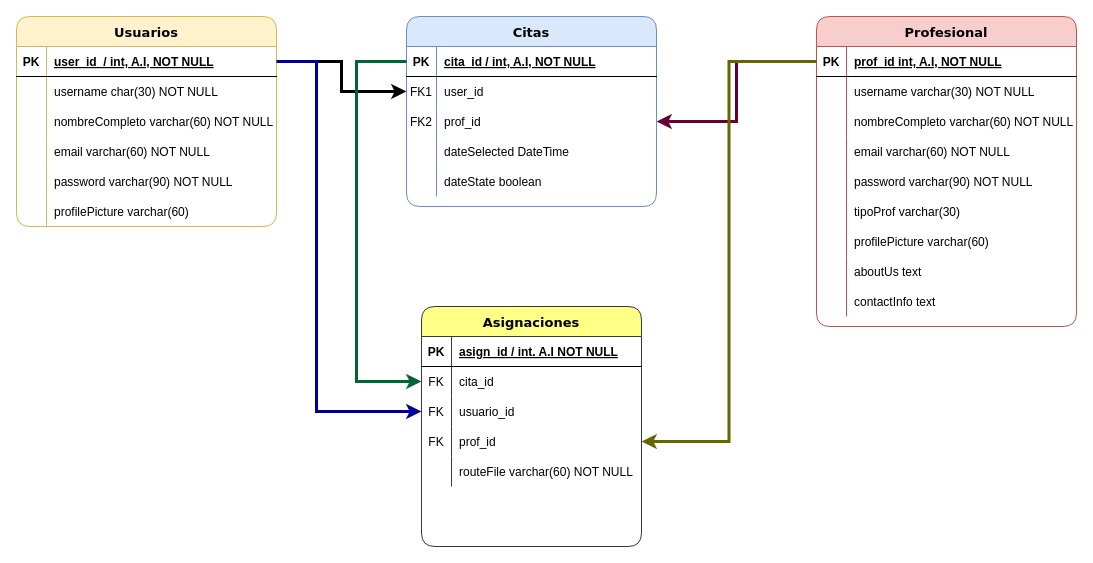
The draw.io diagram Untitled Diagram.drawio in Eat-Fit/ERM-DB, before the edit. Source tidied: cells renumbered, new cells numbered last; positions are measured from the earlier drawing's top-left corner, leaving out a move shared by most shapes. Both pictures are drawn from the tidied source at 100%, with x=0, y=0 at pixel (16, 16).
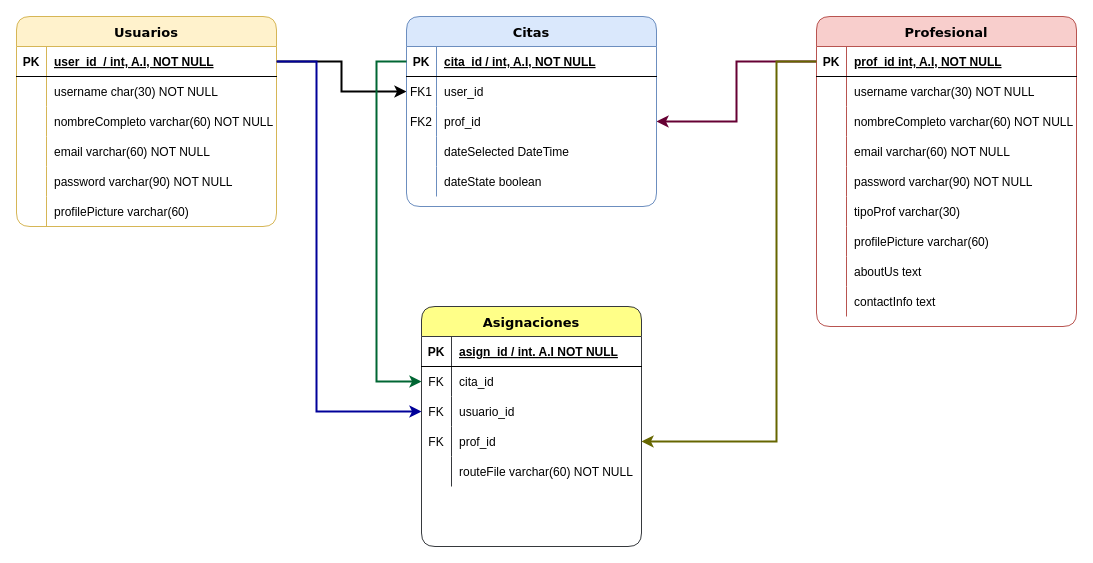
The same diagram, later.

Unchanged cells that the change refers to:
```xml
<mxCell id="5" style="shape=partialRectangle;fillColor=none;points=[[0,0.5],[1,0.5]];portConstraint=eastwest;top=0;left=0;right=0;bottom=1;" parent="4" vertex="1">
  <mxGeometry y="30" width="260" height="30" as="geometry" />
</mxCell>
<mxCell id="24" style="shape=partialRectangle;fillColor=none;points=[[0,0.5],[1,0.5]];portConstraint=eastwest;top=0;left=0;right=0;bottom=1;" parent="23" vertex="1">
  <mxGeometry y="30" width="250" height="30" as="geometry" />
</mxCell>
<mxCell id="27" style="shape=partialRectangle;fillColor=none;points=[[0,0.5],[1,0.5]];portConstraint=eastwest;top=0;left=0;right=0;bottom=0;" parent="23" vertex="1">
  <mxGeometry y="60" width="250" height="30" as="geometry" />
</mxCell>
<mxCell id="30" style="shape=partialRectangle;fillColor=none;points=[[0,0.5],[1,0.5]];portConstraint=eastwest;top=0;left=0;right=0;bottom=0;" parent="23" vertex="1">
  <mxGeometry y="90" width="250" height="30" as="geometry" />
</mxCell>
<mxCell id="40" style="shape=partialRectangle;fillColor=none;points=[[0,0.5],[1,0.5]];portConstraint=eastwest;top=0;left=0;right=0;bottom=1;" parent="39" vertex="1">
  <mxGeometry y="30" width="260" height="30" as="geometry" />
</mxCell>
<mxCell id="71" style="shape=partialRectangle;fillColor=none;top=0;left=0;bottom=0;right=0;points=[[0,0.5],[1,0.5]];portConstraint=eastwest;" parent="67" vertex="1">
  <mxGeometry y="60" width="220" height="30" as="geometry" />
</mxCell>
<mxCell id="74" style="shape=partialRectangle;fillColor=none;top=0;left=0;bottom=0;right=0;points=[[0,0.5],[1,0.5]];portConstraint=eastwest;" parent="67" vertex="1">
  <mxGeometry y="90" width="220" height="30" as="geometry" />
</mxCell>
<mxCell id="77" style="shape=partialRectangle;fillColor=none;top=0;left=0;bottom=0;right=0;points=[[0,0.5],[1,0.5]];portConstraint=eastwest;" parent="67" vertex="1">
  <mxGeometry y="120" width="220" height="30" as="geometry" />
</mxCell>
```

The edit, as a diff of the source:
```diff
@@
-    <mxCell id="2" style="edgeStyle=orthogonalEdgeStyle;rounded=0;jettySize=auto;html=1;exitX=0;exitY=0.5;exitDx=0;exitDy=0;entryX=1;entryY=0.5;entryDx=0;entryDy=0;fontSize=13;strokeColor=#660033;strokeWidth=3;" parent="1" edge="1" source="40" target="30">
+    <mxCell id="2" style="edgeStyle=orthogonalEdgeStyle;rounded=0;jettySize=auto;html=1;exitX=0;exitY=0.5;exitDx=0;exitDy=0;entryX=1;entryY=0.5;entryDx=0;entryDy=0;fontSize=13;strokeColor=#660033;strokeWidth=2;" parent="1" edge="1" source="40" target="30">
       <mxGeometry relative="1" as="geometry" />
     </mxCell>
-    <mxCell id="3" style="edgeStyle=orthogonalEdgeStyle;rounded=0;jettySize=auto;html=1;entryX=0;entryY=0.5;entryDx=0;entryDy=0;fontSize=13;strokeWidth=3;" parent="1" edge="1" source="5" target="27">
+    <mxCell id="3" style="edgeStyle=orthogonalEdgeStyle;rounded=0;jettySize=auto;html=1;entryX=0;entryY=0.5;entryDx=0;entryDy=0;fontSize=13;strokeWidth=2;" parent="1" edge="1" source="5" target="27">
       <mxGeometry relative="1" as="geometry" />
     </mxCell>
@@
-    <mxCell id="83" style="edgeStyle=orthogonalEdgeStyle;rounded=0;jettySize=auto;html=1;fontFamily=Verdana;fontSize=13;strokeColor=#006633;strokeWidth=3;" parent="1" edge="1" source="24" target="71">
+    <mxCell id="83" style="edgeStyle=orthogonalEdgeStyle;rounded=0;jettySize=auto;html=1;fontFamily=Verdana;fontSize=13;strokeColor=#006633;strokeWidth=2;" parent="1" edge="1" source="24" target="71">
       <mxGeometry relative="1" as="geometry">
         <Array as="points">
-          <mxPoint x="340" y="45" />
-          <mxPoint x="340" y="365" />
+          <mxPoint x="360" y="45" />
+          <mxPoint x="360" y="365" />
         </Array>
       </mxGeometry>
     </mxCell>
-    <mxCell id="84" style="edgeStyle=orthogonalEdgeStyle;rounded=0;jettySize=auto;html=1;fontFamily=Verdana;fontSize=13;strokeColor=#000099;strokeWidth=3;" parent="1" edge="1" source="5" target="74">
+    <mxCell id="84" style="edgeStyle=orthogonalEdgeStyle;rounded=0;jettySize=auto;html=1;fontFamily=Verdana;fontSize=13;strokeColor=#000099;strokeWidth=2;" parent="1" edge="1" source="5" target="74">
       <mxGeometry relative="1" as="geometry">
         <Array as="points">
           <mxPoint x="300" y="45" />
           <mxPoint x="300" y="395" />
         </Array>
       </mxGeometry>
     </mxCell>
-    <mxCell id="85" style="edgeStyle=orthogonalEdgeStyle;rounded=0;jettySize=auto;html=1;entryX=1;entryY=0.5;entryDx=0;entryDy=0;strokeWidth=3;fontFamily=Verdana;fontSize=13;strokeColor=#666600;" parent="1" edge="1" source="40" target="77">
-      <mxGeometry relative="1" as="geometry" />
+    <mxCell id="85" style="edgeStyle=orthogonalEdgeStyle;rounded=0;jettySize=auto;html=1;entryX=1;entryY=0.5;entryDx=0;entryDy=0;strokeWidth=2;fontFamily=Verdana;fontSize=13;strokeColor=#666600;" parent="1" edge="1" source="40" target="77">
+      <mxGeometry relative="1" as="geometry">
+        <Array as="points">
+          <mxPoint x="760" y="45" />
+          <mxPoint x="760" y="425" />
+        </Array>
+      </mxGeometry>
     </mxCell>
```
